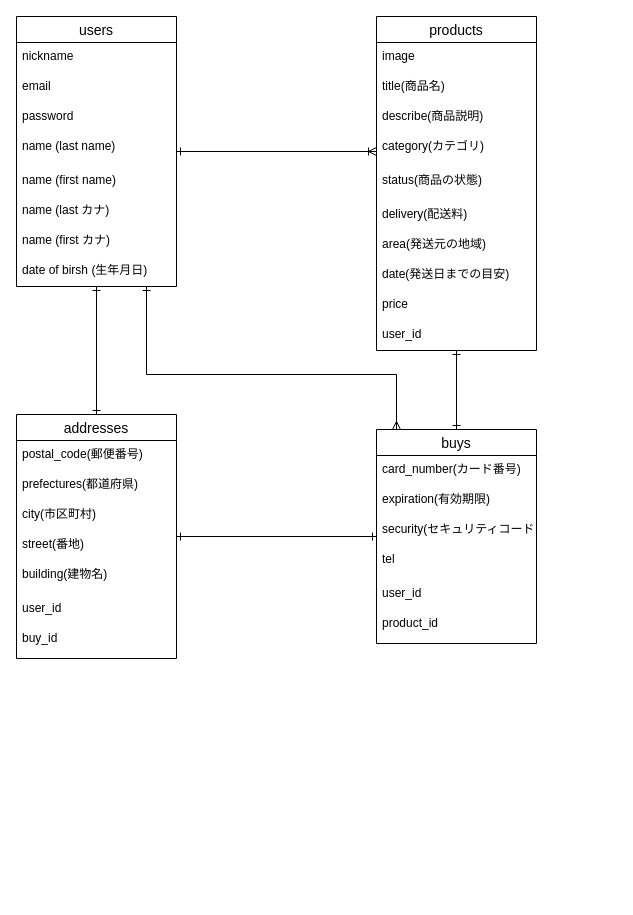
Above: furima.dio in su-uu/furima-34975 (draw.io), before the change. Source tidied: cells renumbered, new cells numbered last; positions are measured from the earlier drawing's top-left corner, leaving out a move shared by most shapes. Both pictures are drawn from the tidied source at 100%, with x=0, y=0 at pixel (16, 16).
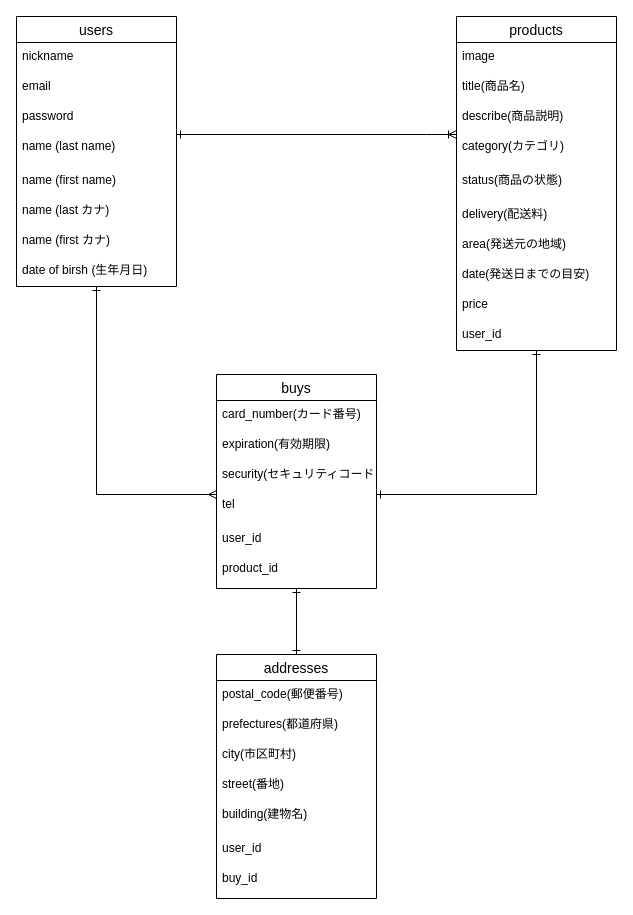
The same page after the edit.

Commit message (it also covers changes not shown here):
コードレビューの指摘の修正

Unchanged cells that the change refers to:
```xml
<mxCell id="4" value="users" style="swimlane;fontStyle=0;horizontal=1;startSize=26;align=center;fontSize=14;" parent="1" vertex="1">
  <mxGeometry width="160" height="270" as="geometry" />
</mxCell>
<mxCell id="12" value="date of birsh (生年月日)" style="text;strokeColor=none;fillColor=none;spacingLeft=4;spacingRight=4;overflow=hidden;points=[[0,0.5],[1,0.5]];portConstraint=eastwest;fontSize=12;" parent="4" vertex="1">
  <mxGeometry y="240" width="160" height="30" as="geometry" />
</mxCell>
<mxCell id="23" value="user_id" style="text;strokeColor=none;fillColor=none;spacingLeft=4;spacingRight=4;overflow=hidden;points=[[0,0.5],[1,0.5]];portConstraint=eastwest;fontSize=12;" parent="13" vertex="1">
  <mxGeometry y="304" width="160" height="30" as="geometry" />
</mxCell>
```

The edit, as a diff of the source:
```diff
@@
-    <mxCell id="3" style="edgeStyle=orthogonalEdgeStyle;rounded=0;jettySize=auto;html=1;startArrow=ERone;startFill=0;endArrow=ERone;endFill=0;targetPerimeterSpacing=0;" parent="1" edge="1" source="4" target="32">
-      <mxGeometry relative="1" as="geometry" />
-    </mxCell>
@@
     <mxCell id="13" value="products" style="swimlane;fontStyle=0;horizontal=1;startSize=26;align=center;fontSize=14;" parent="1" vertex="1">
-      <mxGeometry x="360" width="160" height="334" as="geometry" />
+      <mxGeometry x="440" width="160" height="334" as="geometry" />
     </mxCell>
@@
-    <mxCell id="24" style="edgeStyle=orthogonalEdgeStyle;rounded=0;jettySize=auto;html=1;startArrow=ERone;startFill=0;endArrow=ERone;endFill=0;targetPerimeterSpacing=0;" parent="1" edge="1" source="25" target="13">
+    <mxCell id="24" style="edgeStyle=orthogonalEdgeStyle;rounded=0;jettySize=auto;html=1;startArrow=ERone;startFill=0;endArrow=ERone;endFill=0;targetPerimeterSpacing=0;" parent="1" edge="1" source="25" target="23">
       <mxGeometry relative="1" as="geometry">
         <Array as="points">
-          <mxPoint x="440" y="520" />
-          <mxPoint x="440" y="167" />
+          <mxPoint x="520" y="478" />
         </Array>
       </mxGeometry>
     </mxCell>
     <mxCell id="25" value="buys" style="swimlane;fontStyle=0;horizontal=1;startSize=26;align=center;fontSize=14;" parent="1" vertex="1">
-      <mxGeometry x="360" y="413" width="160" height="214" as="geometry" />
+      <mxGeometry x="200" y="358" width="160" height="214" as="geometry" />
     </mxCell>
@@
     <mxCell id="32" value="addresses" style="swimlane;fontStyle=0;horizontal=1;startSize=26;align=center;fontSize=14;" parent="1" vertex="1">
-      <mxGeometry y="398" width="160" height="244" as="geometry" />
+      <mxGeometry x="200" y="638" width="160" height="244" as="geometry" />
     </mxCell>
@@
     <mxCell id="41" style="edgeStyle=orthogonalEdgeStyle;rounded=0;jettySize=auto;html=1;startArrow=ERone;startFill=0;endArrow=ERmany;endFill=0;targetPerimeterSpacing=0;" parent="1" edge="1" source="12" target="25">
       <mxGeometry relative="1" as="geometry">
         <Array as="points">
-          <mxPoint x="130" y="358" />
-          <mxPoint x="380" y="358" />
+          <mxPoint x="80" y="478" />
         </Array>
       </mxGeometry>
     </mxCell>
```
